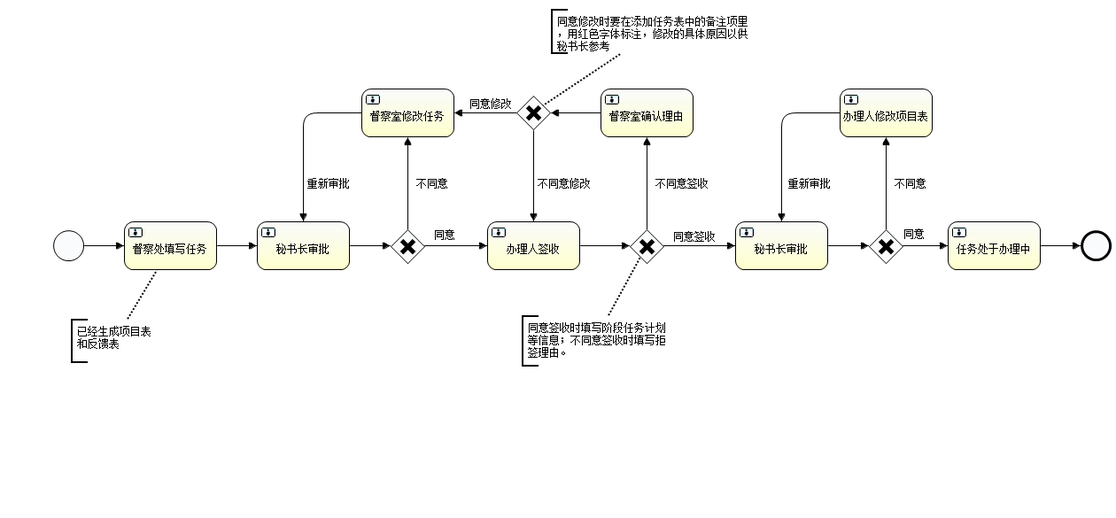
This is resources/bpmn/Service.png from zwdc/test1, a BPMN export, as it was before one commit. Its source is kept beside it as resources/bpmn/Service.bpmn. Ids are renumbered.
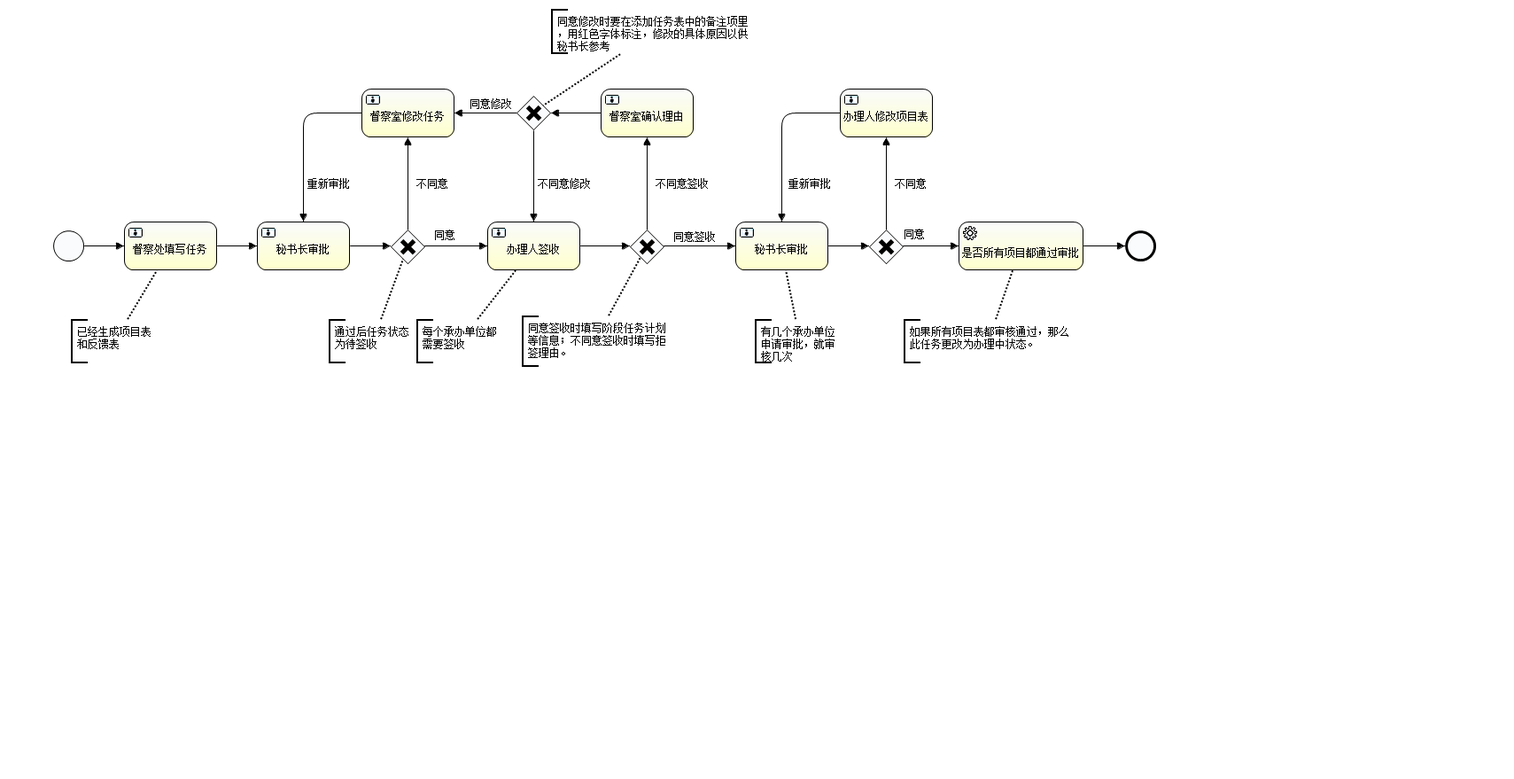
After the change.

Change to the diagram source:
```diff
@@ -24,13 +24,13 @@
     <sequenceFlow id="flow12" name="不同意修改" sourceRef="exclusivegateway3" targetRef="usertask3"></sequenceFlow>
     <exclusiveGateway id="exclusivegateway4" name="Exclusive Gateway"></exclusiveGateway>
     <sequenceFlow id="flow13" sourceRef="usertask5" targetRef="exclusivegateway4"></sequenceFlow>
-    <userTask id="usertask7" name="任务处于办理中"></userTask>
-    <sequenceFlow id="flow14" name="同意" sourceRef="exclusivegateway4" targetRef="usertask7"></sequenceFlow>
+    <sequenceFlow id="flow14" name="同意" sourceRef="exclusivegateway4" targetRef="servicetask1"></sequenceFlow>
     <userTask id="usertask8" name="办理人修改项目表"></userTask>
     <sequenceFlow id="flow15" name="不同意" sourceRef="exclusivegateway4" targetRef="usertask8"></sequenceFlow>
     <sequenceFlow id="flow16" name="重新审批" sourceRef="usertask8" targetRef="usertask5"></sequenceFlow>
     <endEvent id="endevent1" name="End"></endEvent>
-    <sequenceFlow id="flow17" sourceRef="usertask7" targetRef="endevent1"></sequenceFlow>
+    <sequenceFlow id="flow17" sourceRef="servicetask1" targetRef="endevent1"></sequenceFlow>
+    <serviceTask id="servicetask1" name="是否所有项目都通过审批"></serviceTask>
     <textAnnotation id="textannotation1">
       <text>已经生成项目表和反馈表</text>
     </textAnnotation>
@@ -43,6 +43,22 @@
       <text>同意修改时要在添加任务表中的备注项里，用红色字体标注，修改的具体原因以供秘书长参考</text>
     </textAnnotation>
     <association id="association3" sourceRef="textannotation3" targetRef="exclusivegateway3"></association>
+    <textAnnotation id="textannotation4">
+      <text>如果所有项目表都审核通过，那么此任务更改为办理中状态。</text>
+    </textAnnotation>
+    <association id="association4" sourceRef="textannotation4" targetRef="servicetask1"></association>
+    <textAnnotation id="textannotation5">
+      <text>通过后任务状态为待签收</text>
+    </textAnnotation>
+    <association id="association5" sourceRef="textannotation5" targetRef="exclusivegateway1"></association>
+    <textAnnotation id="textannotation6">
+      <text>每个承办单位都需要签收</text>
+    </textAnnotation>
+    <association id="association6" sourceRef="textannotation6" targetRef="usertask3"></association>
+    <textAnnotation id="textannotation7">
+      <text>有几个承办单位申请审批，就审核几次</text>
+    </textAnnotation>
+    <association id="association7" sourceRef="textannotation7" targetRef="usertask5"></association>
   </process>
   <bpmndi:BPMNDiagram id="BPMNDiagram_myProcess">
     <bpmndi:BPMNPlane bpmnElement="myProcess" id="BPMNPlane_myProcess">
@@ -79,14 +95,14 @@
       <bpmndi:BPMNShape bpmnElement="exclusivegateway4" id="BPMNShape_exclusivegateway4">
         <omgdc:Bounds height="40.0" width="40.0" x="980.0" y="258.0"></omgdc:Bounds>
       </bpmndi:BPMNShape>
-      <bpmndi:BPMNShape bpmnElement="usertask7" id="BPMNShape_usertask7">
-        <omgdc:Bounds height="55.0" width="105.0" x="1070.0" y="250.0"></omgdc:Bounds>
-      </bpmndi:BPMNShape>
       <bpmndi:BPMNShape bpmnElement="usertask8" id="BPMNShape_usertask8">
         <omgdc:Bounds height="55.0" width="105.0" x="948.0" y="100.0"></omgdc:Bounds>
       </bpmndi:BPMNShape>
       <bpmndi:BPMNShape bpmnElement="endevent1" id="BPMNShape_endevent1">
-        <omgdc:Bounds height="35.0" width="35.0" x="1220.0" y="260.0"></omgdc:Bounds>
+        <omgdc:Bounds height="35.0" width="35.0" x="1270.0" y="260.0"></omgdc:Bounds>
+      </bpmndi:BPMNShape>
+      <bpmndi:BPMNShape bpmnElement="servicetask1" id="BPMNShape_servicetask1">
+        <omgdc:Bounds height="55.0" width="141.0" x="1082.0" y="250.0"></omgdc:Bounds>
       </bpmndi:BPMNShape>
       <bpmndi:BPMNShape bpmnElement="textannotation1" id="BPMNShape_textannotation1">
         <omgdc:Bounds height="50.0" width="100.0" x="80.0" y="360.0"></omgdc:Bounds>
@@ -96,6 +112,18 @@
       </bpmndi:BPMNShape>
       <bpmndi:BPMNShape bpmnElement="textannotation3" id="BPMNShape_textannotation3">
         <omgdc:Bounds height="51.0" width="231.0" x="622.0" y="10.0"></omgdc:Bounds>
+      </bpmndi:BPMNShape>
+      <bpmndi:BPMNShape bpmnElement="textannotation4" id="BPMNShape_textannotation4">
+        <omgdc:Bounds height="50.0" width="191.0" x="1020.0" y="360.0"></omgdc:Bounds>
+      </bpmndi:BPMNShape>
+      <bpmndi:BPMNShape bpmnElement="textannotation5" id="BPMNShape_textannotation5">
+        <omgdc:Bounds height="50.0" width="100.0" x="371.0" y="360.0"></omgdc:Bounds>
+      </bpmndi:BPMNShape>
+      <bpmndi:BPMNShape bpmnElement="textannotation6" id="BPMNShape_textannotation6">
+        <omgdc:Bounds height="50.0" width="100.0" x="470.0" y="360.0"></omgdc:Bounds>
+      </bpmndi:BPMNShape>
+      <bpmndi:BPMNShape bpmnElement="textannotation7" id="BPMNShape_textannotation7">
+        <omgdc:Bounds height="50.0" width="100.0" x="852.0" y="360.0"></omgdc:Bounds>
       </bpmndi:BPMNShape>
       <bpmndi:BPMNEdge bpmnElement="flow1" id="BPMNEdge_flow1">
         <omgdi:waypoint x="95.0" y="277.0"></omgdi:waypoint>
@@ -173,7 +201,7 @@
       </bpmndi:BPMNEdge>
       <bpmndi:BPMNEdge bpmnElement="flow14" id="BPMNEdge_flow14">
         <omgdi:waypoint x="1020.0" y="278.0"></omgdi:waypoint>
-        <omgdi:waypoint x="1070.0" y="277.0"></omgdi:waypoint>
+        <omgdi:waypoint x="1082.0" y="277.0"></omgdi:waypoint>
         <bpmndi:BPMNLabel>
           <omgdc:Bounds height="14.0" width="24.0" x="1019.0" y="258.0"></omgdc:Bounds>
         </bpmndi:BPMNLabel>
@@ -194,8 +222,8 @@
         </bpmndi:BPMNLabel>
       </bpmndi:BPMNEdge>
       <bpmndi:BPMNEdge bpmnElement="flow17" id="BPMNEdge_flow17">
-        <omgdi:waypoint x="1175.0" y="277.0"></omgdi:waypoint>
-        <omgdi:waypoint x="1220.0" y="277.0"></omgdi:waypoint>
+        <omgdi:waypoint x="1223.0" y="277.0"></omgdi:waypoint>
+        <omgdi:waypoint x="1270.0" y="277.0"></omgdi:waypoint>
       </bpmndi:BPMNEdge>
       <bpmndi:BPMNEdge bpmnElement="association1" id="BPMNEdge_association1">
         <omgdi:waypoint x="130.0" y="360.0"></omgdi:waypoint>
@@ -209,6 +237,22 @@
         <omgdi:waypoint x="737.0" y="61.0"></omgdi:waypoint>
         <omgdi:waypoint x="602.0" y="107.0"></omgdi:waypoint>
       </bpmndi:BPMNEdge>
+      <bpmndi:BPMNEdge bpmnElement="association4" id="BPMNEdge_association4">
+        <omgdi:waypoint x="1115.0" y="360.0"></omgdi:waypoint>
+        <omgdi:waypoint x="1152.0" y="305.0"></omgdi:waypoint>
+      </bpmndi:BPMNEdge>
+      <bpmndi:BPMNEdge bpmnElement="association5" id="BPMNEdge_association5">
+        <omgdi:waypoint x="421.0" y="360.0"></omgdi:waypoint>
+        <omgdi:waypoint x="460.0" y="298.0"></omgdi:waypoint>
+      </bpmndi:BPMNEdge>
+      <bpmndi:BPMNEdge bpmnElement="association6" id="BPMNEdge_association6">
+        <omgdi:waypoint x="520.0" y="360.0"></omgdi:waypoint>
+        <omgdi:waypoint x="602.0" y="305.0"></omgdi:waypoint>
+      </bpmndi:BPMNEdge>
+      <bpmndi:BPMNEdge bpmnElement="association7" id="BPMNEdge_association7">
+        <omgdi:waypoint x="902.0" y="360.0"></omgdi:waypoint>
+        <omgdi:waypoint x="882.0" y="305.0"></omgdi:waypoint>
+      </bpmndi:BPMNEdge>
     </bpmndi:BPMNPlane>
   </bpmndi:BPMNDiagram>
 </definitions>
```
